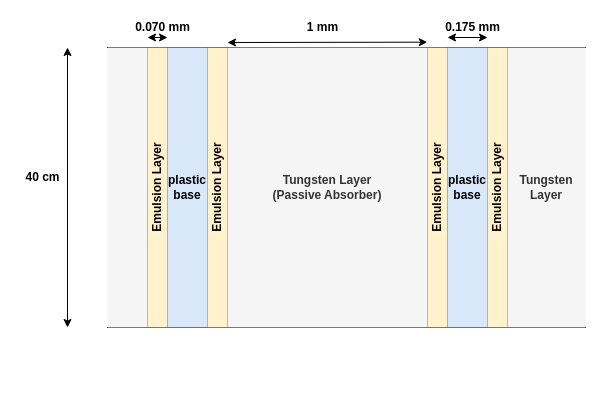
This is ECC.drawio from WenqingXie47/SND, a draw.io file, before an edit. Source tidied: cells renumbered, new cells numbered last; positions are measured from the earlier drawing's top-left corner, leaving out a move shared by most shapes. Both pictures are drawn from the tidied source at 100%, with x=0, y=0 at pixel (17, 17).
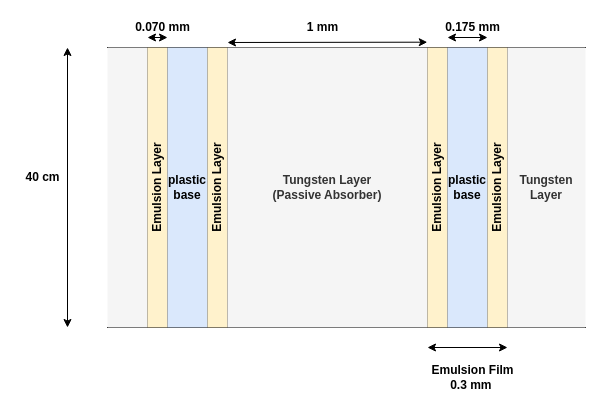
The same diagram, later.

Diff of the diagram source:
```diff
@@
+    <mxCell id="21" style="endArrow=classic;startArrow=classic;html=1;rounded=0;fontSize=12;" parent="1" edge="1">
+      <mxGeometry relative="1" as="geometry">
+        <mxPoint x="410" y="330" as="sourcePoint" />
+        <mxPoint x="490" y="330" as="targetPoint" />
+      </mxGeometry>
+    </mxCell>
+    <mxCell id="22" value="&lt;b&gt;Emulsion Film&lt;br&gt;0.3 mm&amp;nbsp;&lt;/b&gt;" style="text;html=1;align=center;verticalAlign=middle;strokeColor=none;fillColor=none;fontSize=12;" parent="1" vertex="1">
+      <mxGeometry x="405" y="345" width="100" height="30" as="geometry" />
+    </mxCell>
```
